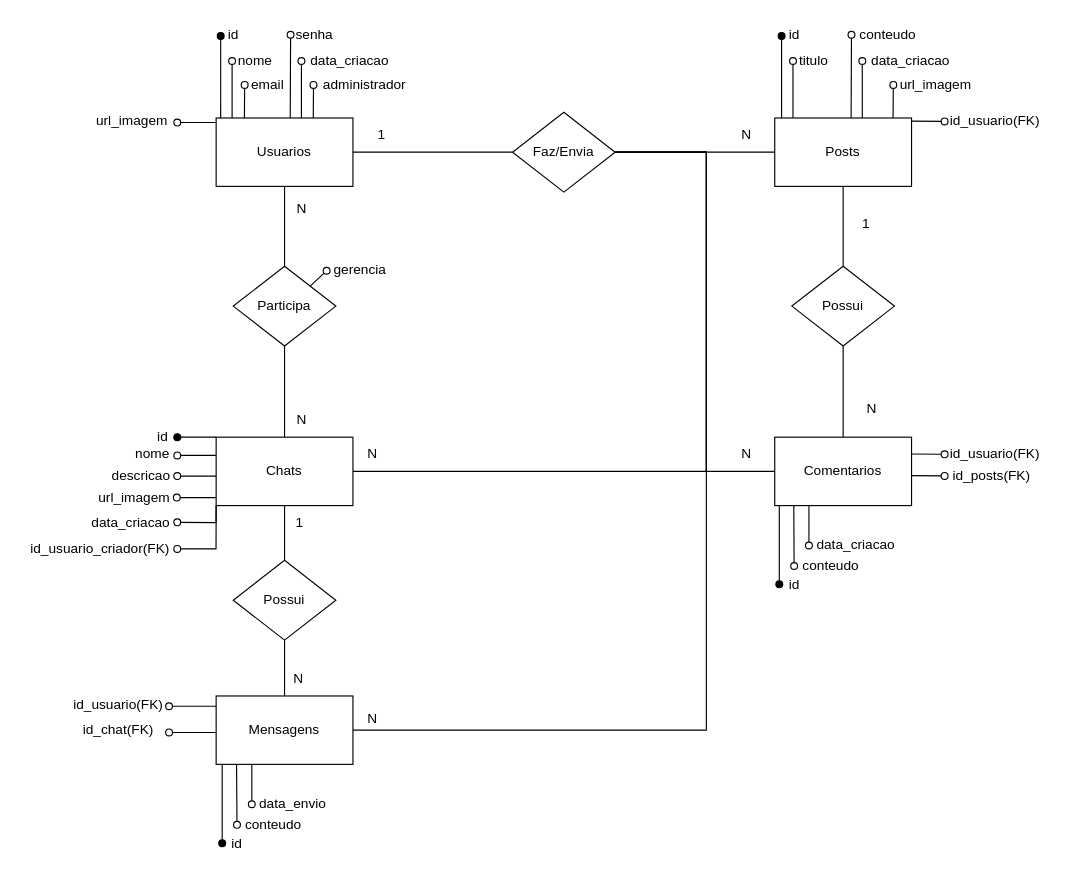
Above: escola/2ano/Echo/Documentacao/Echo_DER.drawio in MateusRamos8/Projetos-DWS (draw.io), before the change. Source tidied: cells renumbered, new cells numbered last; positions are measured from the earlier drawing's top-left corner, leaving out a move shared by most shapes. Both pictures are drawn from the tidied source at 114%, with x=0, y=0 at pixel (19, 19).
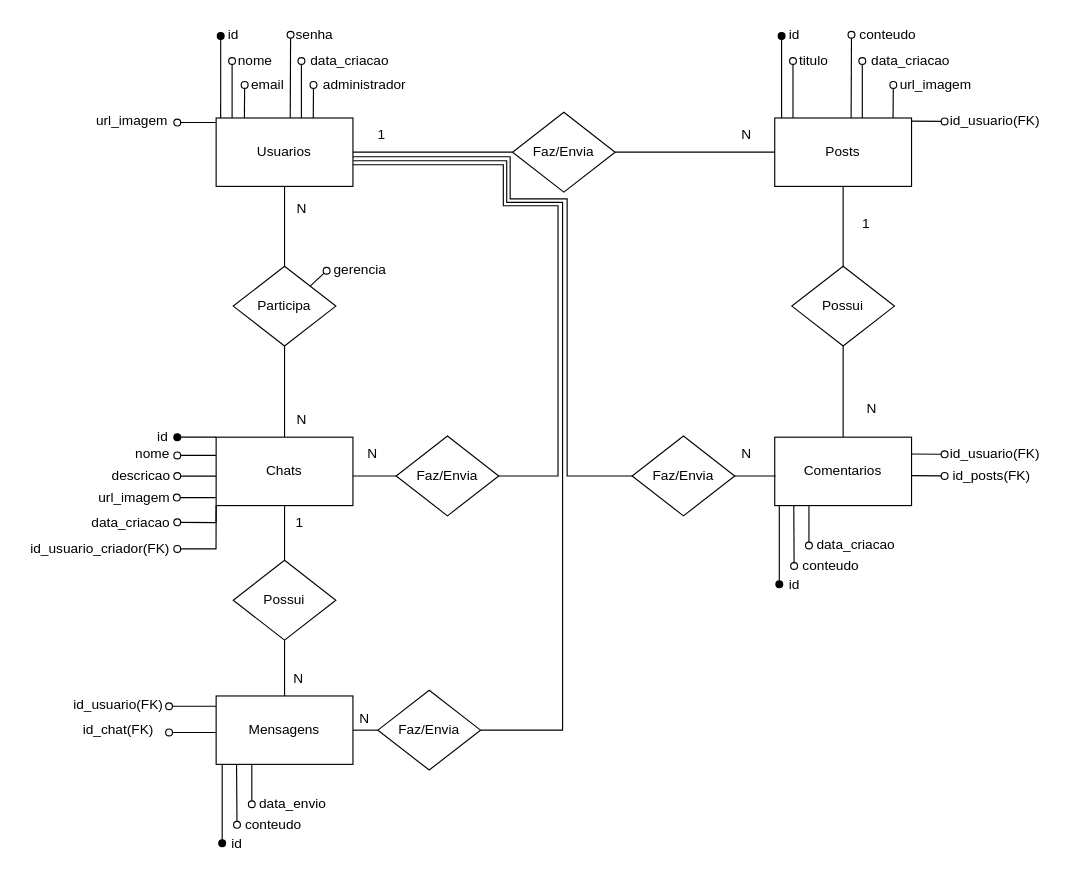
Above is the later version.

Unchanged cells that the change refers to:
```xml
<mxCell id="7" value="Usuarios" style="rounded=0;whiteSpace=wrap;html=1;" parent="1" vertex="1">
  <mxGeometry x="172.1" y="86" width="120" height="60" as="geometry" />
</mxCell>
<mxCell id="13" value="Chats" style="rounded=0;whiteSpace=wrap;html=1;" parent="1" vertex="1">
  <mxGeometry x="172.1" y="366" width="120" height="60" as="geometry" />
</mxCell>
<mxCell id="17" value="Comentarios" style="rounded=0;whiteSpace=wrap;html=1;" parent="1" vertex="1">
  <mxGeometry x="662.1" y="366" width="120" height="60" as="geometry" />
</mxCell>
<mxCell id="20" value="Faz/Envia" style="rhombus;whiteSpace=wrap;html=1;" parent="1" vertex="1">
  <mxGeometry x="432.1" y="81" width="90" height="70" as="geometry" />
</mxCell>
<mxCell id="66" value="Mensagens" style="rounded=0;whiteSpace=wrap;html=1;" parent="1" vertex="1">
  <mxGeometry x="172.1" y="593" width="120" height="60" as="geometry" />
</mxCell>
```

What changed in the source:
```diff
@@
-    <mxCell id="11" style="edgeStyle=orthogonalEdgeStyle;rounded=0;jettySize=auto;html=1;entryX=1;entryY=0.5;entryDx=0;entryDy=0;endArrow=none;endFill=0;" parent="1" edge="1" source="13" target="20">
-      <mxGeometry relative="1" as="geometry">
-        <Array as="points">
-          <mxPoint x="602.1" y="396" />
-          <mxPoint x="602.1" y="116" />
-        </Array>
-      </mxGeometry>
-    </mxCell>
@@
-    <mxCell id="19" style="edgeStyle=orthogonalEdgeStyle;rounded=0;jettySize=auto;html=1;entryX=0;entryY=0.5;entryDx=0;entryDy=0;endArrow=none;endFill=0;" parent="1" edge="1" source="20" target="17">
-      <mxGeometry relative="1" as="geometry">
-        <Array as="points">
-          <mxPoint x="602.1" y="116" />
-          <mxPoint x="602.1" y="396" />
-        </Array>
-      </mxGeometry>
-    </mxCell>
@@
-    <mxCell id="65" style="edgeStyle=orthogonalEdgeStyle;rounded=0;jettySize=auto;html=1;entryX=1;entryY=0.5;entryDx=0;entryDy=0;endArrow=none;endFill=0;" parent="1" edge="1" source="66" target="20">
-      <mxGeometry relative="1" as="geometry">
-        <Array as="points">
-          <mxPoint x="602.1" y="623" />
-          <mxPoint x="602.1" y="116" />
-        </Array>
-      </mxGeometry>
-    </mxCell>
@@
     <mxCell id="80" value="N" style="text;html=1;align=center;verticalAlign=middle;strokeColor=none;fillColor=none;" parent="1" vertex="1">
-      <mxGeometry x="294.1" y="598" width="30" height="30" as="geometry" />
+      <mxGeometry x="286.6" y="598" width="30" height="30" as="geometry" />
     </mxCell>
@@
+    <mxCell id="92" style="edgeStyle=orthogonalEdgeStyle;rounded=0;jettySize=auto;html=1;exitX=0;exitY=0.5;exitDx=0;exitDy=0;entryX=0.999;entryY=0.583;entryDx=0;entryDy=0;entryPerimeter=0;endArrow=none;endFill=0;" parent="1" edge="1" source="94" target="13">
+      <mxGeometry relative="1" as="geometry" />
+    </mxCell>
+    <mxCell id="93" style="edgeStyle=orthogonalEdgeStyle;rounded=0;jettySize=auto;html=1;endArrow=none;endFill=0;" parent="1" edge="1" source="94">
+      <mxGeometry relative="1" as="geometry">
+        <mxPoint x="292" y="127" as="targetPoint" />
+        <Array as="points">
+          <mxPoint x="472" y="400" />
+          <mxPoint x="472" y="163" />
+          <mxPoint x="424" y="163" />
+          <mxPoint x="424" y="127" />
+        </Array>
+      </mxGeometry>
+    </mxCell>
+    <mxCell id="94" value="Faz/Envia" style="rhombus;whiteSpace=wrap;html=1;" parent="1" vertex="1">
+      <mxGeometry x="330" y="365" width="90" height="70" as="geometry" />
+    </mxCell>
+    <mxCell id="95" value="Faz/Envia" style="rhombus;whiteSpace=wrap;html=1;" parent="1" vertex="1">
+      <mxGeometry x="537" y="365" width="90" height="70" as="geometry" />
+    </mxCell>
+    <mxCell id="96" style="edgeStyle=orthogonalEdgeStyle;rounded=0;jettySize=auto;html=1;exitX=0;exitY=0.5;exitDx=0;exitDy=0;entryX=1;entryY=0.5;entryDx=0;entryDy=0;endArrow=none;endFill=0;" parent="1" edge="1" source="97" target="66">
+      <mxGeometry relative="1" as="geometry" />
+    </mxCell>
+    <mxCell id="97" value="Faz/Envia" style="rhombus;whiteSpace=wrap;html=1;" parent="1" vertex="1">
+      <mxGeometry x="314" y="588" width="90" height="70" as="geometry" />
+    </mxCell>
+    <mxCell id="98" style="edgeStyle=orthogonalEdgeStyle;rounded=0;jettySize=auto;html=1;exitX=1;exitY=0.5;exitDx=0;exitDy=0;entryX=0.006;entryY=0.569;entryDx=0;entryDy=0;entryPerimeter=0;endArrow=none;endFill=0;" parent="1" edge="1" source="95" target="17">
+      <mxGeometry relative="1" as="geometry" />
+    </mxCell>
+    <mxCell id="99" style="edgeStyle=orthogonalEdgeStyle;rounded=0;jettySize=auto;html=1;endArrow=none;endFill=0;" parent="1" edge="1" source="95">
+      <mxGeometry relative="1" as="geometry">
+        <mxPoint x="292" y="120" as="targetPoint" />
+        <Array as="points">
+          <mxPoint x="480" y="400" />
+          <mxPoint x="480" y="157" />
+          <mxPoint x="430" y="157" />
+          <mxPoint x="430" y="120" />
+        </Array>
+      </mxGeometry>
+    </mxCell>
+    <mxCell id="100" style="edgeStyle=orthogonalEdgeStyle;rounded=0;jettySize=auto;html=1;endArrow=none;endFill=0;entryX=1.002;entryY=0.625;entryDx=0;entryDy=0;entryPerimeter=0;" parent="1" edge="1" source="97" target="7">
+      <mxGeometry relative="1" as="geometry">
+        <Array as="points">
+          <mxPoint x="476" y="623" />
+          <mxPoint x="476" y="160" />
+          <mxPoint x="427" y="160" />
+          <mxPoint x="427" y="123" />
+        </Array>
+      </mxGeometry>
+    </mxCell>
```
